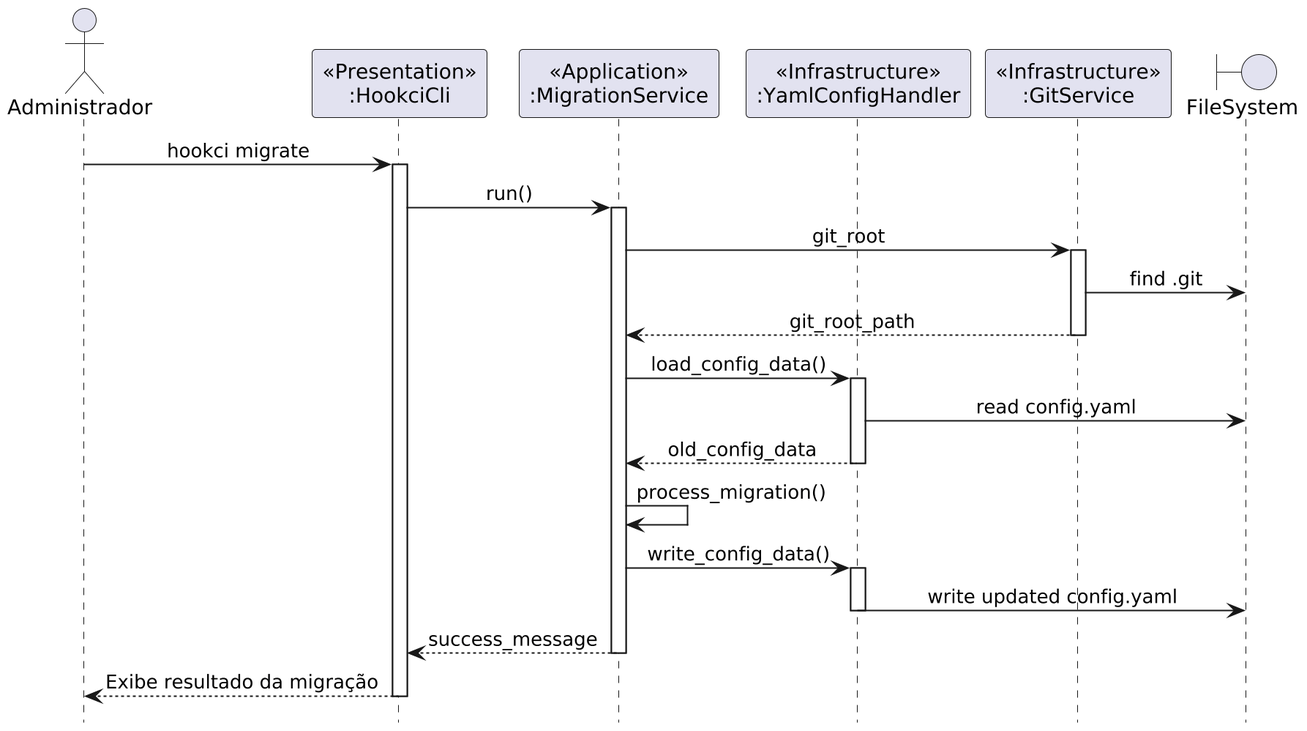
This is Artefatos/diagrams/sequence/migrate.png from h3nc4/tmp, a PlantUML export, as it was before one commit.
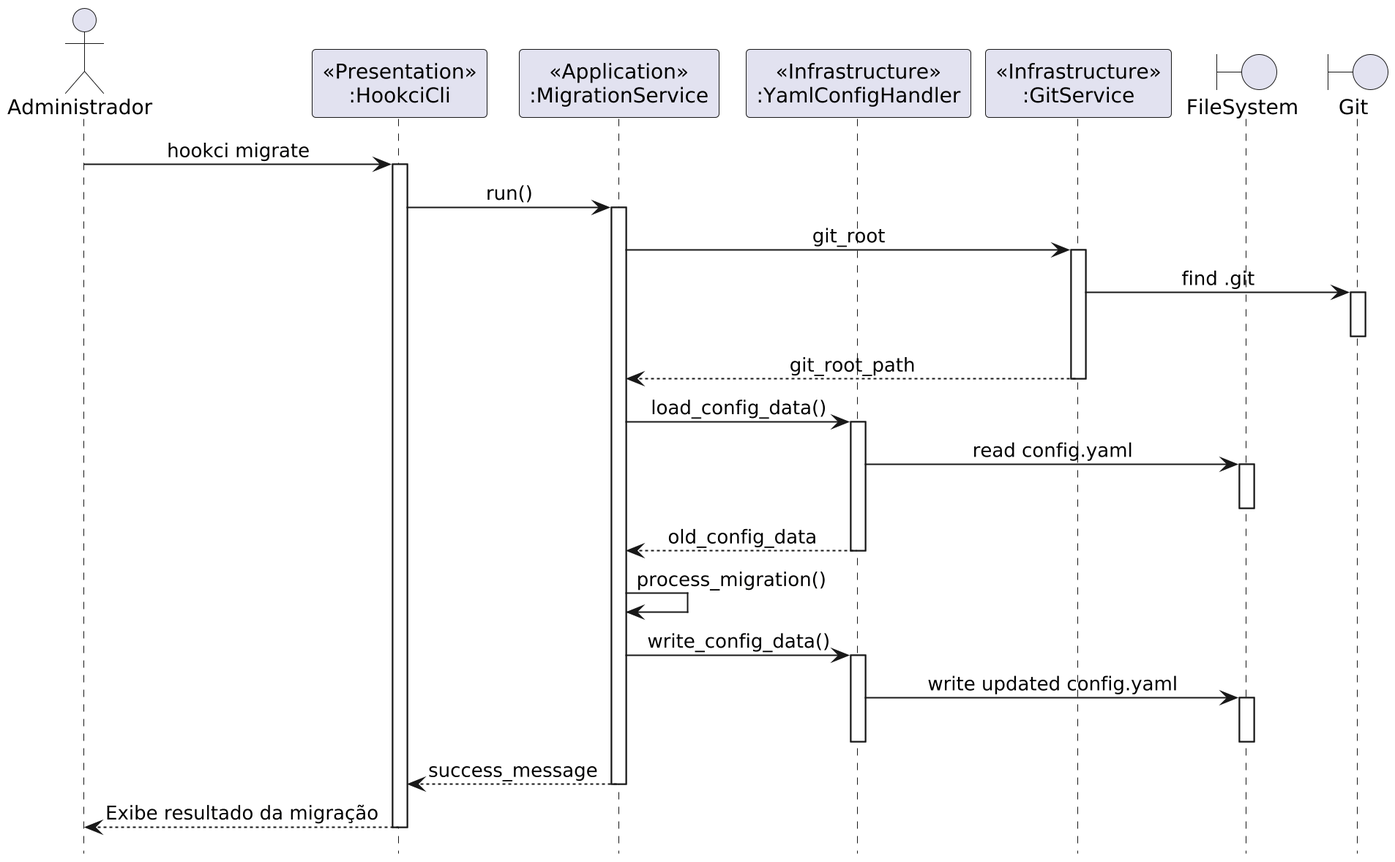
After the change.

What changed in the source:
```diff
@@ -10,6 +10,7 @@
 participant "<<Infrastructure>>\n:YamlConfigHandler" as CfgHandler
 participant "<<Infrastructure>>\n:GitService" as GitSvc
 boundary "FileSystem" as FS
+boundary "Git" as Git
 
 User -> CLI : hookci migrate
 activate CLI
@@ -18,13 +19,17 @@
 
 App -> GitSvc : git_root
 activate GitSvc
-GitSvc -> FS : find .git
+GitSvc -> Git : find .git
+activate Git
+deactivate Git
 GitSvc --> App : git_root_path
 deactivate GitSvc
 
 App -> CfgHandler : load_config_data()
 activate CfgHandler
 CfgHandler -> FS : read config.yaml
+activate FS
+deactivate FS
 CfgHandler --> App : old_config_data
 deactivate CfgHandler
 
@@ -33,6 +38,8 @@
 App -> CfgHandler : write_config_data()
 activate CfgHandler
 CfgHandler -> FS : write updated config.yaml
+activate FS
+deactivate FS
 deactivate CfgHandler
 
 App --> CLI : success_message
```
